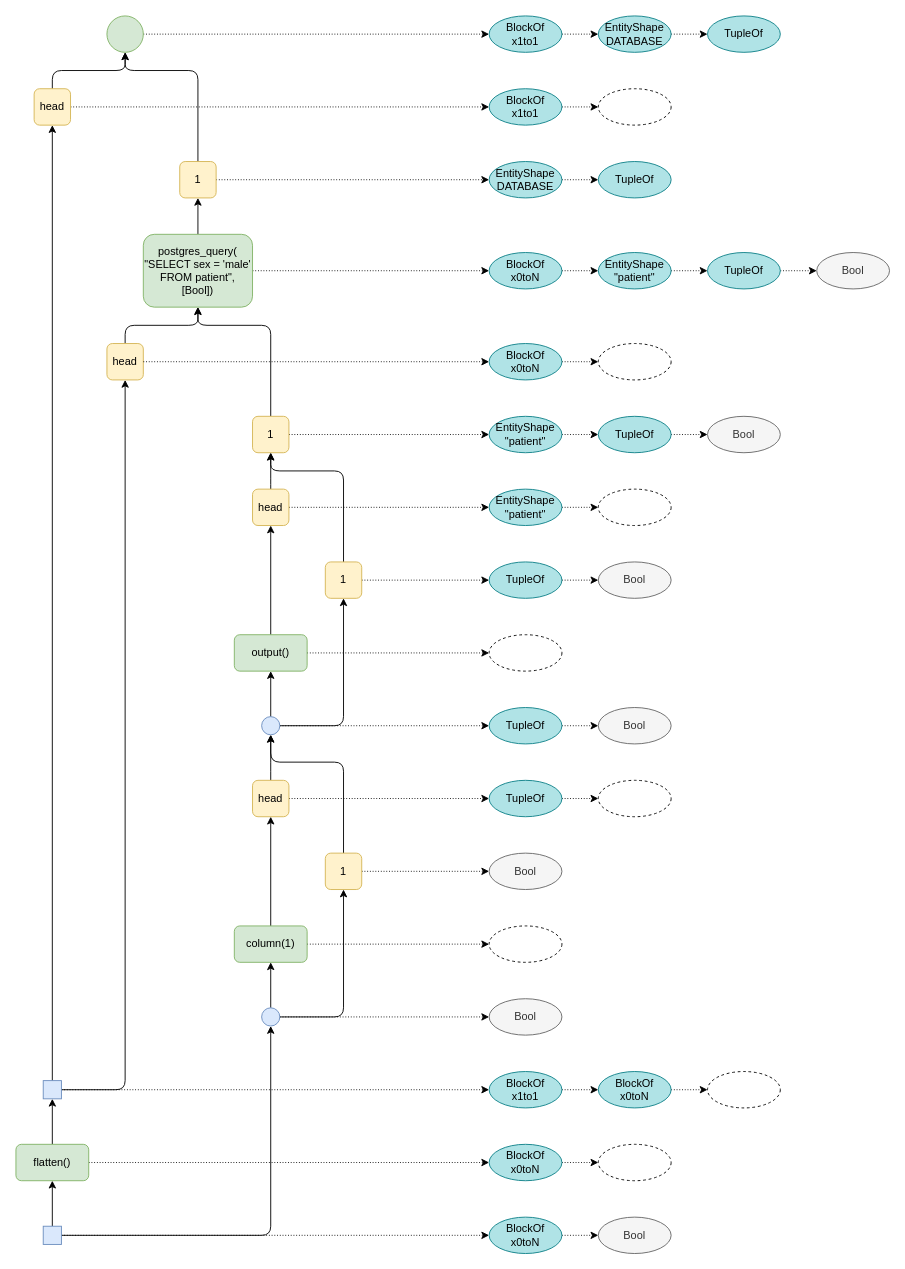
rbt-lang/diagrams keeps this draw.io diagram as page 9 of 10 of sql-tracing.drawio. Above is the earlier version. Source tidied: cells renumbered, new cells numbered last; positions are measured from the earlier drawing's top-left corner, leaving out a move shared by most shapes. Both pictures are drawn from the tidied source at 91%, with x=0, y=0 at pixel (15, 15).
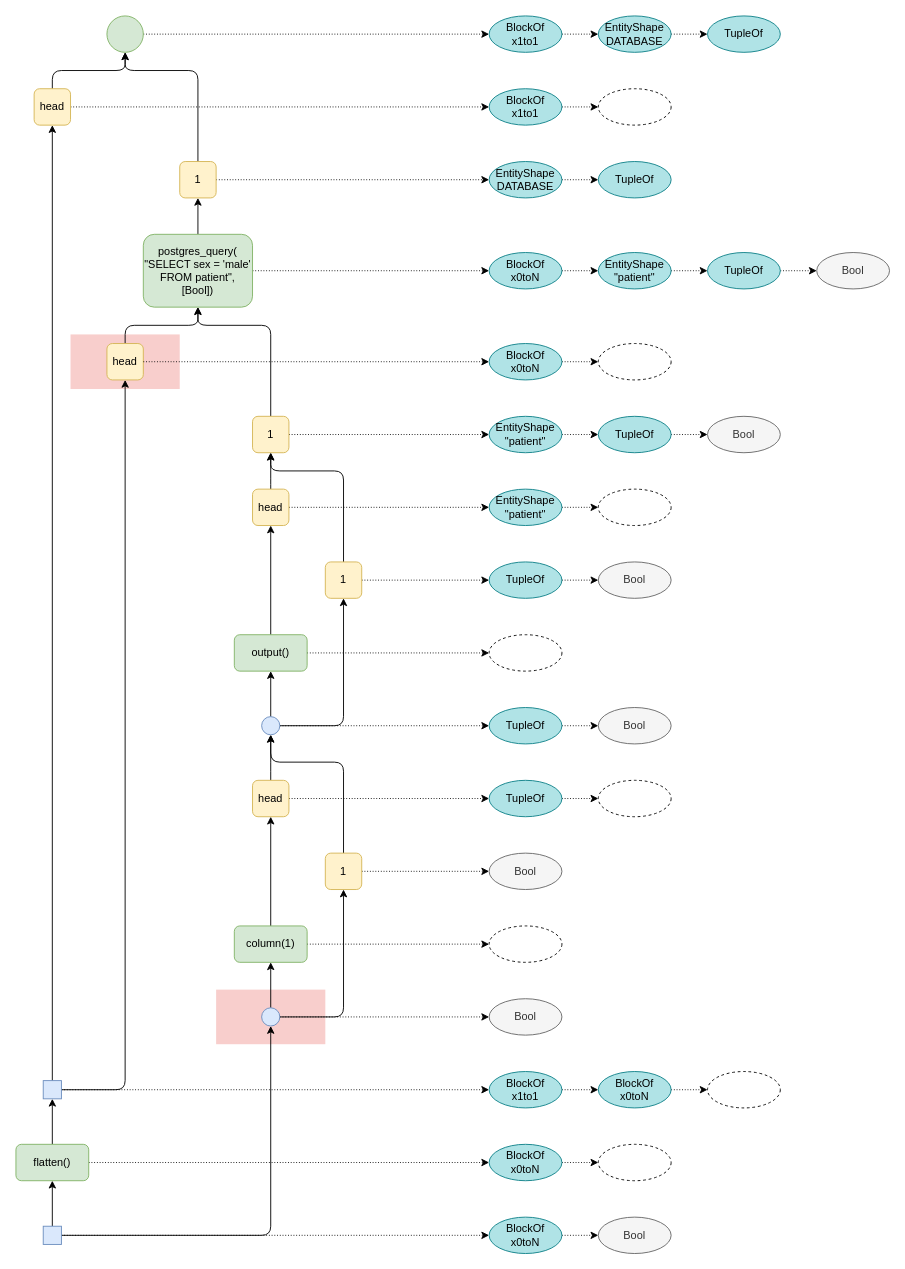
The same page after the edit.

The edit, as a diff of the source:
```diff
@@
+    <mxCell id="109" style="rounded=0;whiteSpace=wrap;html=1;fillColor=#f8cecc;strokeColor=none;" parent="1" vertex="1">
+      <mxGeometry x="220" y="1070" width="120" height="60" as="geometry" />
+    </mxCell>
+    <mxCell id="110" style="rounded=0;whiteSpace=wrap;html=1;fillColor=#f8cecc;strokeColor=none;" parent="1" vertex="1">
+      <mxGeometry x="60" y="350" width="120" height="60" as="geometry" />
+    </mxCell>
```
